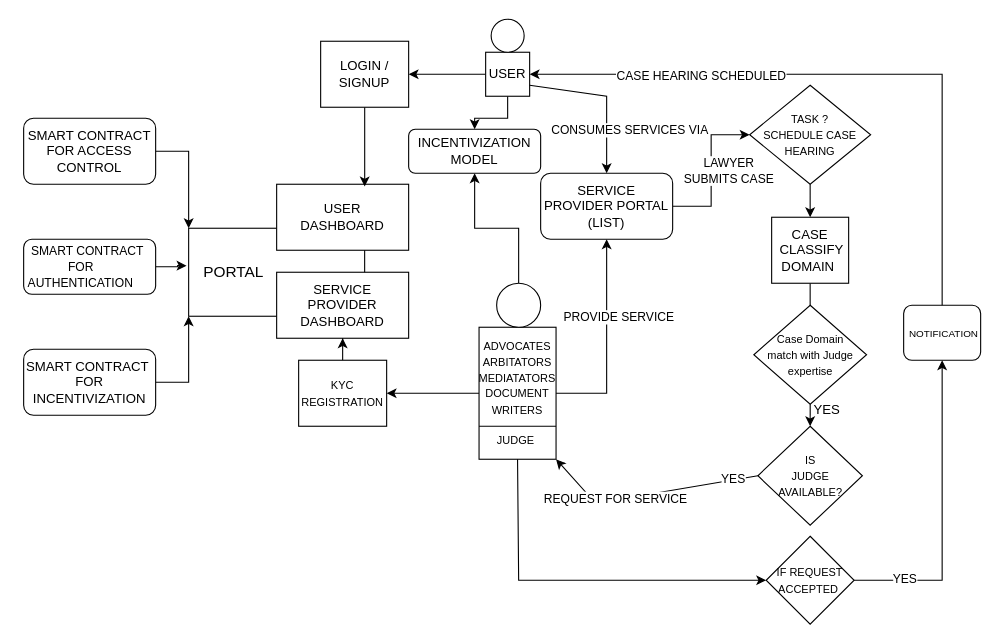
The draw.io diagram ss.drawio in Anuradha-Naidu/demo, before the edit. Source tidied: cells renumbered, new cells numbered last; positions are measured from the earlier drawing's top-left corner, leaving out a move shared by most shapes. Both pictures are drawn from the tidied source at 110%, with x=0, y=0 at pixel (23, 19).
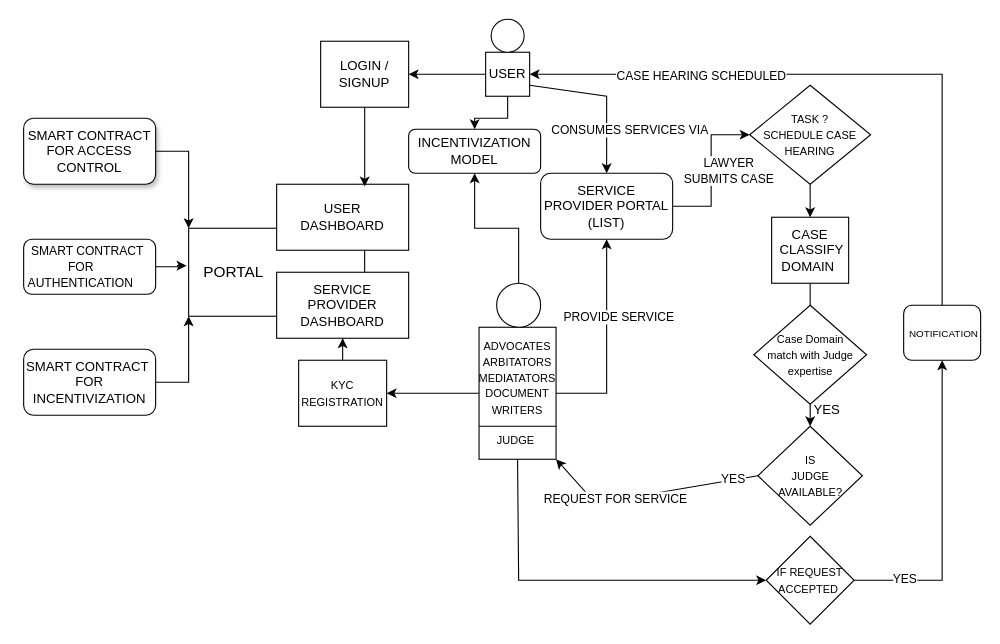
Above is the later version.

Change to the diagram source:
```diff
@@
-    <mxCell id="45" value="SMART CONTRACT FOR ACCESS CONTROL" style="rounded=1;whiteSpace=wrap;html=1;" parent="1" vertex="1">
+    <mxCell id="45" value="SMART CONTRACT FOR ACCESS CONTROL" style="rounded=1;whiteSpace=wrap;html=1;shadow=1;" parent="1" vertex="1">
       <mxGeometry y="90" width="120" height="60" as="geometry" />
     </mxCell>
```
